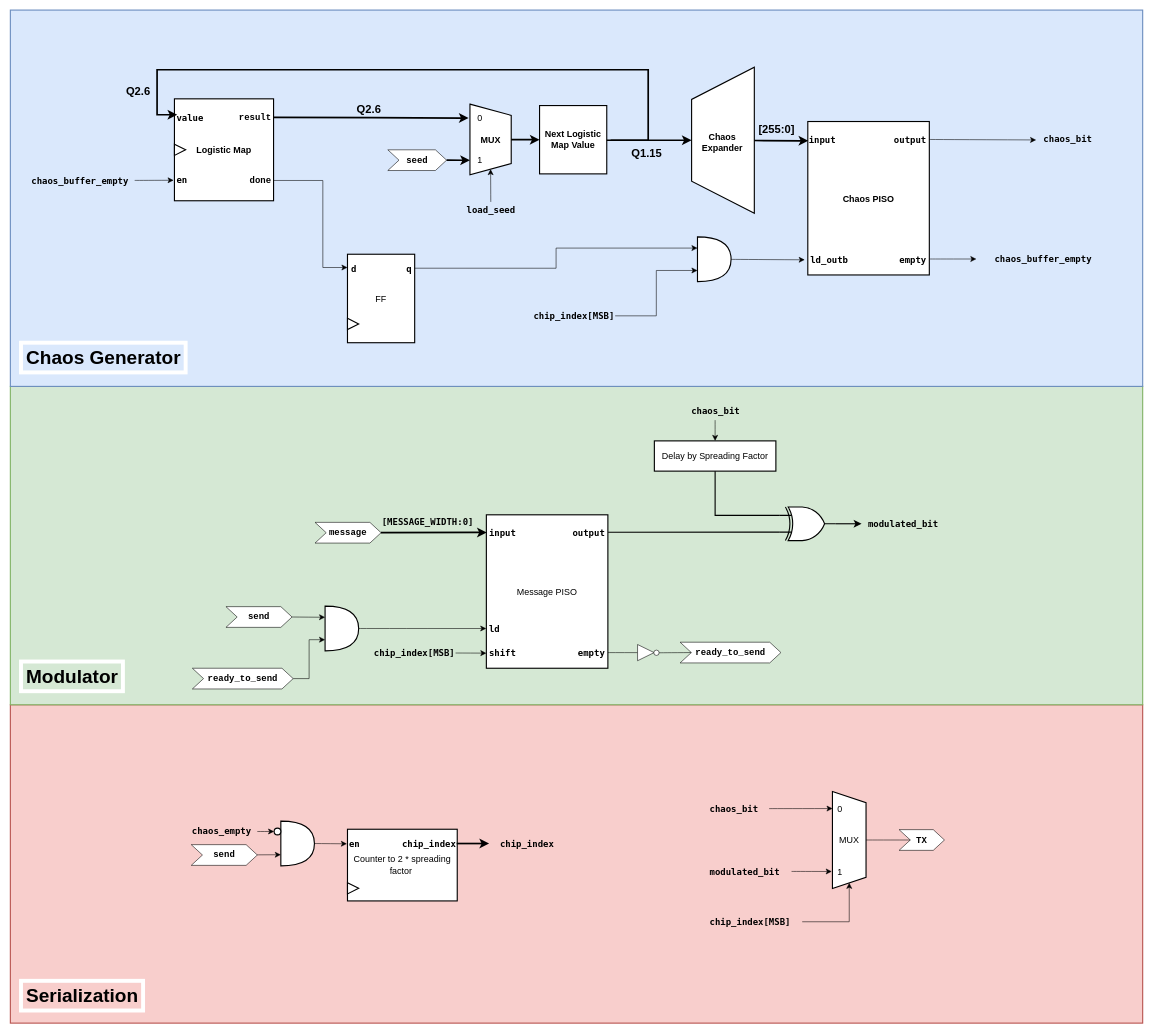
Above: page "Modulator" (1 of 3) of diagrams/Top Level/modem_V2.drawio in OmarAmer01/DCSK (draw.io), before the change. Source tidied: cells renumbered, new cells numbered last; positions are measured from the earlier drawing's top-left corner, leaving out a move shared by most shapes. Both pictures are drawn from the tidied source at 56%, with x=0, y=0 at pixel (10, 10).
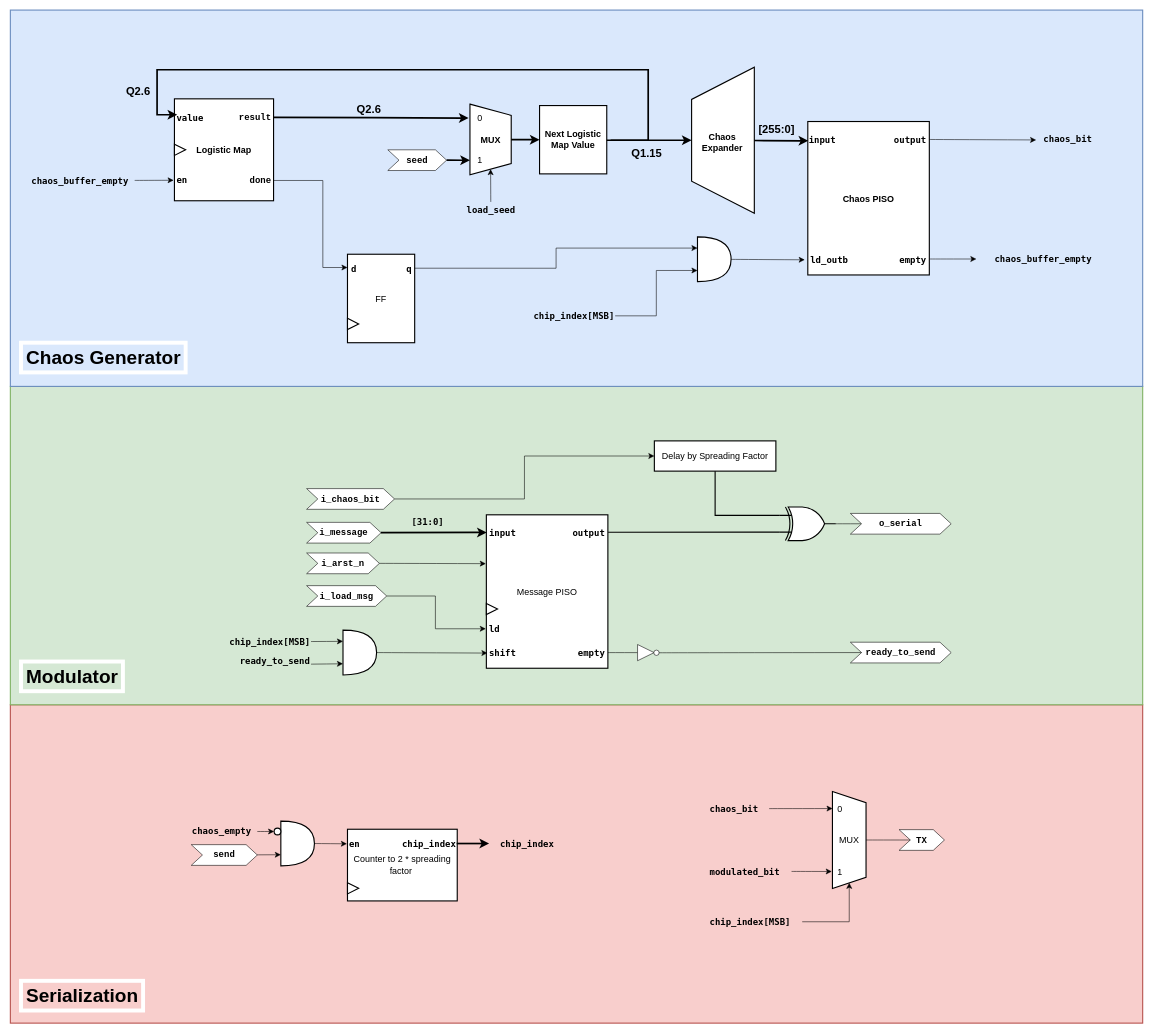
The same diagram, later.

Unchanged cells that the change refers to:
```xml
<mxCell id="79" value="Message PISO" style="rounded=0;whiteSpace=wrap;html=1;fontSize=16;strokeWidth=2;" parent="78" vertex="1">
  <mxGeometry x="525" y="201" width="217" height="274" as="geometry" />
</mxCell>
<mxCell id="85" value="&lt;font face=&quot;Lucida Console&quot;&gt;&lt;b&gt;shift&lt;/b&gt;&lt;/font&gt;" style="text;html=1;align=left;verticalAlign=middle;points=[];strokeColor=none;fillColor=none;fontSize=16;" parent="78" vertex="1">
  <mxGeometry x="528" y="431" width="68" height="32" as="geometry" />
</mxCell>
<mxCell id="89" value="Delay by Spreading Factor" style="rounded=0;whiteSpace=wrap;html=1;fontSize=16;strokeWidth=2;" parent="78" vertex="1">
  <mxGeometry x="825" y="69" width="217" height="54" as="geometry" />
</mxCell>
<mxCell id="90" style="verticalLabelPosition=bottom;shadow=0;dashed=0;align=center;html=1;verticalAlign=top;shape=mxgraph.electrical.logic_gates.logic_gate;operation=xor;fontSize=16;strokeWidth=2;" parent="78" vertex="1">
  <mxGeometry x="1049" y="187" width="100" height="60" as="geometry" />
</mxCell>
```

Diff of the diagram source:
```diff
@@
     <mxCell id="78" style="group;" parent="1" vertex="1">
-      <mxGeometry x="325" y="700.8" width="1343" height="512" as="geometry" />
+      <mxGeometry x="325" y="700.8" width="1355" height="512" as="geometry" />
     </mxCell>
@@
-    <mxCell id="87" value="&lt;b&gt;&lt;font face=&quot;Courier New&quot;&gt;message&lt;/font&gt;&lt;/b&gt;" style="shape=step;perimeter=stepPerimeter;whiteSpace=wrap;html=1;fixedSize=1;fontSize=16;" parent="78" vertex="1">
-      <mxGeometry x="219" y="214.5" width="118" height="37" as="geometry" />
+    <mxCell id="87" value="&lt;b&gt;&lt;font face=&quot;Courier New&quot;&gt;i_message&lt;/font&gt;&lt;/b&gt;" style="shape=step;perimeter=stepPerimeter;whiteSpace=wrap;html=1;fixedSize=1;fontSize=16;" parent="78" vertex="1">
+      <mxGeometry x="204" y="214.5" width="133" height="37" as="geometry" />
     </mxCell>
-    <mxCell id="88" value="&lt;b&gt;&lt;font face=&quot;Courier New&quot;&gt;send&lt;/font&gt;&lt;/b&gt;" style="shape=step;perimeter=stepPerimeter;whiteSpace=wrap;html=1;fixedSize=1;fontSize=16;" parent="78" vertex="1">
-      <mxGeometry x="60" y="365" width="118" height="37" as="geometry" />
+    <mxCell id="88" value="&lt;b&gt;&lt;font face=&quot;Courier New&quot;&gt;i_load_msg&lt;/font&gt;&lt;/b&gt;" style="shape=step;perimeter=stepPerimeter;whiteSpace=wrap;html=1;fixedSize=1;fontSize=16;" parent="78" vertex="1">
+      <mxGeometry x="204" y="327.5" width="143" height="37" as="geometry" />
     </mxCell>
@@
+    <mxCell id="114" style="edgeStyle=none;curved=1;rounded=0;jettySize=auto;html=1;exitX=1;exitY=0.5;exitDx=0;exitDy=0;exitPerimeter=0;entryX=0;entryY=0.5;entryDx=0;entryDy=0;fontSize=12;startSize=8;endSize=8;endArrow=none;endFill=0;" parent="78" edge="1" source="90" target="119">
+      <mxGeometry relative="1" as="geometry" />
+    </mxCell>
@@
-    <mxCell id="91" style="edgeStyle=none;curved=1;rounded=0;jettySize=auto;html=1;entryX=0.5;entryY=0;entryDx=0;entryDy=0;fontSize=12;startSize=8;endSize=8;" parent="78" edge="1" source="92" target="89">
-      <mxGeometry relative="1" as="geometry" />
-    </mxCell>
-    <mxCell id="92" value="&lt;b&gt;&lt;font face=&quot;Lucida Console&quot;&gt;chaos_bit&lt;/font&gt;&lt;/b&gt;" style="text;html=1;align=center;verticalAlign=middle;points=[];strokeColor=none;fillColor=none;fontSize=16;" parent="78" vertex="1">
-      <mxGeometry x="879.5" width="108" height="32" as="geometry" />
-    </mxCell>
@@
-    <mxCell id="95" value="&lt;b&gt;&lt;font face=&quot;Lucida Console&quot;&gt;modulated_bit&lt;/font&gt;&lt;/b&gt;" style="text;html=1;align=center;verticalAlign=middle;points=[];strokeColor=none;fillColor=none;fontSize=16;" parent="78" vertex="1">
-      <mxGeometry x="1195" y="201" width="148" height="32" as="geometry" />
-    </mxCell>
-    <mxCell id="96" style="edgeStyle=none;curved=1;rounded=0;jettySize=auto;html=1;exitX=1;exitY=0.5;exitDx=0;exitDy=0;exitPerimeter=0;fontSize=12;startSize=8;endSize=8;strokeWidth=2;" parent="78" edge="1" source="90" target="95">
-      <mxGeometry relative="1" as="geometry" />
-    </mxCell>
     <mxCell id="97" value="&lt;b&gt;&lt;font&gt;chip_index[MSB]&lt;/font&gt;&lt;/b&gt;" style="text;html=1;align=right;verticalAlign=middle;points=[];strokeColor=none;fillColor=none;fontSize=16;fontFamily=Lucida Console;" parent="78" vertex="1">
-      <mxGeometry x="303" y="432" width="167" height="31" as="geometry" />
+      <mxGeometry x="45" y="412.2" width="167" height="31" as="geometry" />
     </mxCell>
-    <mxCell id="98" style="edgeStyle=none;curved=1;rounded=0;jettySize=auto;html=1;fontSize=12;startSize=8;endSize=8;" parent="78" edge="1" source="97">
-      <mxGeometry relative="1" as="geometry">
-        <mxPoint x="525" y="448" as="targetPoint" />
-      </mxGeometry>
-    </mxCell>
     <mxCell id="99" value="&lt;b&gt;&lt;font face=&quot;Courier New&quot;&gt;ready_to_send&lt;/font&gt;&lt;/b&gt;" style="shape=step;perimeter=stepPerimeter;whiteSpace=wrap;html=1;fixedSize=1;fontSize=16;" parent="78" vertex="1">
-      <mxGeometry x="871" y="428.5" width="180" height="37" as="geometry" />
+      <mxGeometry x="1175" y="428.5" width="180" height="37" as="geometry" />
     </mxCell>
@@
-    <mxCell id="104" style="shape=or;whiteSpace=wrap;html=1;fontSize=16;strokeWidth=2;" parent="78" vertex="1">
-      <mxGeometry x="237" y="364" width="60" height="80" as="geometry" />
-    </mxCell>
-    <mxCell id="105" style="edgeStyle=none;curved=1;rounded=0;jettySize=auto;html=1;entryX=-0.001;entryY=0.741;entryDx=0;entryDy=0;entryPerimeter=0;fontSize=12;startSize=8;endSize=8;" parent="78" edge="1" source="104" target="79">
-      <mxGeometry relative="1" as="geometry" />
-    </mxCell>
-    <mxCell id="106" style="edgeStyle=none;curved=1;rounded=0;jettySize=auto;html=1;exitX=1;exitY=0.5;exitDx=0;exitDy=0;entryX=0;entryY=0.25;entryDx=0;entryDy=0;entryPerimeter=0;fontSize=12;startSize=8;endSize=8;" parent="78" edge="1" source="88" target="104">
-      <mxGeometry relative="1" as="geometry" />
+    <mxCell id="106" style="edgeStyle=orthogonalEdgeStyle;rounded=0;jettySize=auto;html=1;exitX=1;exitY=0.5;exitDx=0;exitDy=0;entryX=0;entryY=0.25;entryDx=0;entryDy=0;entryPerimeter=0;fontSize=12;startSize=8;endSize=8;" parent="78" edge="1" source="88">
+      <mxGeometry relative="1" as="geometry">
+        <mxPoint x="524" y="404.5" as="targetPoint" />
+        <Array as="points">
+          <mxPoint x="434" y="346" />
+          <mxPoint x="434" y="405" />
+        </Array>
+      </mxGeometry>
     </mxCell>
-    <mxCell id="107" value="&lt;b&gt;&lt;font face=&quot;Courier New&quot;&gt;ready_to_send&lt;/font&gt;&lt;/b&gt;" style="shape=step;perimeter=stepPerimeter;whiteSpace=wrap;html=1;fixedSize=1;fontSize=16;" parent="78" vertex="1">
-      <mxGeometry y="475" width="180" height="37" as="geometry" />
-    </mxCell>
-    <mxCell id="108" style="edgeStyle=orthogonalEdgeStyle;rounded=0;jettySize=auto;html=1;exitX=1;exitY=0.5;exitDx=0;exitDy=0;entryX=0;entryY=0.75;entryDx=0;entryDy=0;entryPerimeter=0;fontSize=12;startSize=8;endSize=8;" parent="78" edge="1" source="107" target="104">
-      <mxGeometry relative="1" as="geometry" />
-    </mxCell>
+    <mxCell id="115" style="shape=or;whiteSpace=wrap;html=1;fontSize=16;strokeWidth=2;" parent="78" vertex="1">
+      <mxGeometry x="269" y="407" width="60" height="80" as="geometry" />
+    </mxCell>
+    <mxCell id="116" style="edgeStyle=none;curved=1;rounded=0;jettySize=auto;html=1;entryX=0;entryY=0.25;entryDx=0;entryDy=0;entryPerimeter=0;fontSize=12;startSize=8;endSize=8;" parent="78" edge="1" source="97" target="115">
+      <mxGeometry relative="1" as="geometry" />
+    </mxCell>
+    <mxCell id="117" style="edgeStyle=none;curved=1;rounded=0;jettySize=auto;html=1;exitX=1;exitY=0.5;exitDx=0;exitDy=0;exitPerimeter=0;entryX=-0.016;entryY=0.528;entryDx=0;entryDy=0;entryPerimeter=0;fontSize=12;startSize=8;endSize=8;" parent="78" edge="1" source="115" target="85">
+      <mxGeometry relative="1" as="geometry" />
+    </mxCell>
+    <mxCell id="118" style="triangle;whiteSpace=wrap;html=1;fontSize=16;strokeWidth=2;" parent="78" vertex="1">
+      <mxGeometry x="525" y="359.2" width="20" height="20" as="geometry" />
+    </mxCell>
+    <mxCell id="119" value="&lt;b&gt;&lt;font face=&quot;Courier New&quot;&gt;o_serial&lt;/font&gt;&lt;/b&gt;" style="shape=step;perimeter=stepPerimeter;whiteSpace=wrap;html=1;fixedSize=1;fontSize=16;" parent="78" vertex="1">
+      <mxGeometry x="1175" y="198.5" width="180" height="37" as="geometry" />
+    </mxCell>
@@
-    <mxCell id="113" value="&lt;b&gt;&lt;font face=&quot;Lucida Console&quot;&gt;[MESSAGE_WIDTH:0]&lt;/font&gt;&lt;/b&gt;" style="text;html=1;align=center;verticalAlign=middle;strokeColor=none;fillColor=none;fontSize=16;" parent="1" vertex="1">
-      <mxGeometry x="651" y="898" width="187" height="32" as="geometry" />
+    <mxCell id="113" value="&lt;b&gt;&lt;font face=&quot;Lucida Console&quot;&gt;[31:0]&lt;/font&gt;&lt;/b&gt;" style="text;html=1;align=center;verticalAlign=middle;strokeColor=none;fillColor=none;fontSize=16;" parent="1" vertex="1">
+      <mxGeometry x="706" y="898" width="78" height="32" as="geometry" />
     </mxCell>
+    <mxCell id="107" value="&lt;span style=&quot;border-color: var(--border-color); color: rgb(0, 0, 0); font-size: 16px; font-style: normal; font-variant-ligatures: normal; font-variant-caps: normal; letter-spacing: normal; orphans: 2; text-align: center; text-indent: 0px; text-transform: none; widows: 2; word-spacing: 0px; -webkit-text-stroke-width: 0px; text-decoration-thickness: initial; text-decoration-style: initial; text-decoration-color: initial;&quot;&gt;&lt;font style=&quot;border-color: var(--border-color);&quot;&gt;ready_to_send&lt;/font&gt;&lt;/span&gt;" style="text;whiteSpace=wrap;html=1;fontSize=16;labelBackgroundColor=none;fontStyle=1;fontFamily=Lucida Console;" parent="1" vertex="1">
+      <mxGeometry x="408" y="1147" width="129" height="43" as="geometry" />
+    </mxCell>
+    <mxCell id="120" value="&lt;b&gt;&lt;font face=&quot;Courier New&quot;&gt;i_arst_n&lt;/font&gt;&lt;/b&gt;" style="shape=step;perimeter=stepPerimeter;whiteSpace=wrap;html=1;fixedSize=1;fontSize=16;" parent="1" vertex="1">
+      <mxGeometry x="529" y="970" width="130" height="37" as="geometry" />
+    </mxCell>
+    <mxCell id="121" style="edgeStyle=none;curved=1;rounded=0;jettySize=auto;html=1;exitX=1;exitY=0.5;exitDx=0;exitDy=0;fontSize=12;startSize=8;endSize=8;" parent="1" edge="1" source="120">
+      <mxGeometry relative="1" as="geometry">
+        <mxPoint x="849" y="989" as="targetPoint" />
+      </mxGeometry>
+    </mxCell>
+    <mxCell id="122" style="edgeStyle=none;curved=1;rounded=0;jettySize=auto;html=1;exitX=1;exitY=0.5;exitDx=0;exitDy=0;entryX=0;entryY=0.75;entryDx=0;entryDy=0;entryPerimeter=0;fontSize=12;startSize=8;endSize=8;" parent="1" edge="1" source="107" target="115">
+      <mxGeometry relative="1" as="geometry" />
+    </mxCell>
+    <mxCell id="123" style="edgeStyle=orthogonalEdgeStyle;rounded=0;jettySize=auto;html=1;exitX=1;exitY=0.5;exitDx=0;exitDy=0;entryX=0;entryY=0.5;entryDx=0;entryDy=0;fontSize=12;startSize=8;endSize=8;" parent="1" edge="1" source="124" target="89">
+      <mxGeometry relative="1" as="geometry" />
+    </mxCell>
+    <mxCell id="124" value="&lt;b&gt;&lt;font face=&quot;Courier New&quot;&gt;i_chaos_bit&lt;/font&gt;&lt;/b&gt;" style="shape=step;perimeter=stepPerimeter;whiteSpace=wrap;html=1;fixedSize=1;fontSize=16;" parent="1" vertex="1">
+      <mxGeometry x="529" y="855" width="157" height="37" as="geometry" />
+    </mxCell>
```
